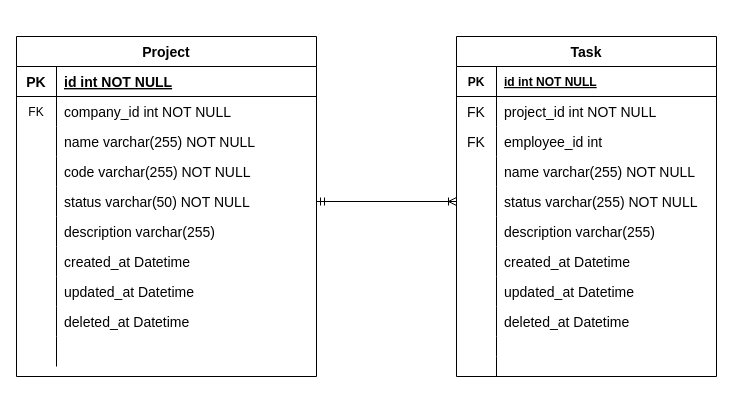
Above: asset/project-task.drawio in dinhtp/lets-go-project (draw.io), before the change. Source tidied: cells renumbered, new cells numbered last; positions are measured from the earlier drawing's top-left corner, leaving out a move shared by most shapes. Both pictures are drawn from the tidied source at 100%, with x=0, y=0 at pixel (16, 36).
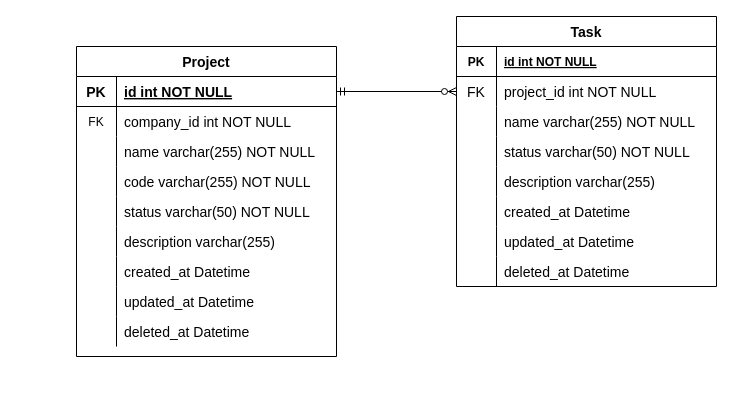
The same diagram, later.

Unchanged cells that the change refers to:
```xml
<mxCell id="6" style="shape=partialRectangle;fillColor=none;points=[[0,0.5],[1,0.5]];portConstraint=eastwest;top=0;left=0;right=0;bottom=0;" parent="2" vertex="1">
  <mxGeometry y="60" width="260" height="30" as="geometry" />
</mxCell>
```

The edit, as a diff of the source:
```diff
@@
     <mxCell id="2" value="Task" style="shape=table;startSize=30;childLayout=tableLayout;rowLines=0;fontStyle=1;align=center;fontSize=14;" parent="1" vertex="1">
-      <mxGeometry x="440" width="260" height="340" as="geometry" />
+      <mxGeometry x="440" y="-20" width="260" height="270" as="geometry" />
     </mxCell>
@@
-    <mxCell id="9" style="shape=partialRectangle;fillColor=none;top=0;left=0;right=0;bottom=0;" parent="2" vertex="1">
-      <mxGeometry y="90" width="260" height="30" as="geometry" />
-    </mxCell>
-    <mxCell id="10" value="FK" style="shape=partialRectangle;overflow=hidden;fillColor=none;top=0;left=0;bottom=0;right=0;fontSize=14;" parent="9" vertex="1">
-      <mxGeometry width="40" height="30" as="geometry" />
-    </mxCell>
-    <mxCell id="11" value="employee_id int" style="shape=partialRectangle;overflow=hidden;fillColor=none;top=0;left=0;bottom=0;right=0;align=left;spacingLeft=6;fontSize=14;" parent="9" vertex="1">
-      <mxGeometry x="40" width="220" height="30" as="geometry" />
-    </mxCell>
     <mxCell id="12" style="shape=partialRectangle;fillColor=none;top=0;left=0;right=0;bottom=0;" parent="2" vertex="1">
-      <mxGeometry y="120" width="260" height="30" as="geometry" />
+      <mxGeometry y="90" width="260" height="30" as="geometry" />
     </mxCell>
@@
     <mxCell id="15" style="shape=partialRectangle;fillColor=none;points=[[0,0.5],[1,0.5]];portConstraint=eastwest;top=0;left=0;right=0;bottom=0;" parent="2" vertex="1">
-      <mxGeometry y="150" width="260" height="30" as="geometry" />
+      <mxGeometry y="120" width="260" height="30" as="geometry" />
     </mxCell>
@@
-    <mxCell id="17" value="status varchar(255) NOT NULL" style="shape=partialRectangle;overflow=hidden;fillColor=none;top=0;left=0;bottom=0;right=0;align=left;spacingLeft=6;fontSize=14;" parent="15" vertex="1">
+    <mxCell id="17" value="status varchar(50) NOT NULL" style="shape=partialRectangle;overflow=hidden;fillColor=none;top=0;left=0;bottom=0;right=0;align=left;spacingLeft=6;fontSize=14;" parent="15" vertex="1">
       <mxGeometry x="40" width="220" height="30" as="geometry" />
     </mxCell>
     <mxCell id="18" style="shape=partialRectangle;fillColor=none;top=0;left=0;right=0;bottom=0;" parent="2" vertex="1">
-      <mxGeometry y="180" width="260" height="30" as="geometry" />
+      <mxGeometry y="150" width="260" height="30" as="geometry" />
     </mxCell>
@@
     <mxCell id="21" style="shape=partialRectangle;fillColor=none;top=0;left=0;right=0;bottom=0;" parent="2" vertex="1">
-      <mxGeometry y="210" width="260" height="30" as="geometry" />
+      <mxGeometry y="180" width="260" height="30" as="geometry" />
     </mxCell>
@@
     <mxCell id="24" style="shape=partialRectangle;fillColor=none;top=0;left=0;right=0;bottom=0;" parent="2" vertex="1">
-      <mxGeometry y="240" width="260" height="30" as="geometry" />
+      <mxGeometry y="210" width="260" height="30" as="geometry" />
     </mxCell>
@@
     <mxCell id="27" style="shape=partialRectangle;fillColor=none;top=0;left=0;right=0;bottom=0;" parent="2" vertex="1">
-      <mxGeometry y="270" width="260" height="30" as="geometry" />
+      <mxGeometry y="240" width="260" height="30" as="geometry" />
     </mxCell>
@@
-    <mxCell id="30" style="shape=partialRectangle;fillColor=none;top=0;left=0;right=0;bottom=0;" parent="2" vertex="1">
-      <mxGeometry y="300" width="260" height="20" as="geometry" />
-    </mxCell>
-    <mxCell id="31" style="shape=partialRectangle;overflow=hidden;fillColor=none;top=0;left=0;bottom=0;right=0;" parent="30" vertex="1">
-      <mxGeometry width="40" height="20" as="geometry" />
-    </mxCell>
-    <mxCell id="32" style="shape=partialRectangle;overflow=hidden;fillColor=none;top=0;left=0;bottom=0;right=0;align=left;spacingLeft=6;fontSize=14;" parent="30" vertex="1">
-      <mxGeometry x="40" width="220" height="20" as="geometry" />
-    </mxCell>
-    <mxCell id="33" style="shape=partialRectangle;fillColor=none;top=0;left=0;right=0;bottom=0;" parent="2" vertex="1">
-      <mxGeometry y="320" width="260" height="20" as="geometry" />
-    </mxCell>
-    <mxCell id="34" style="shape=partialRectangle;overflow=hidden;fillColor=none;top=0;left=0;bottom=0;right=0;" parent="33" vertex="1">
-      <mxGeometry width="40" height="20" as="geometry" />
-    </mxCell>
-    <mxCell id="35" style="shape=partialRectangle;overflow=hidden;fillColor=none;top=0;left=0;bottom=0;right=0;align=left;spacingLeft=6;fontSize=14;" parent="33" vertex="1">
-      <mxGeometry x="40" width="220" height="20" as="geometry" />
-    </mxCell>
     <mxCell id="36" value="Project" style="shape=table;startSize=30;childLayout=tableLayout;rowLines=0;fontStyle=1;align=center;fontSize=14;" parent="1" vertex="1">
-      <mxGeometry width="300" height="340" as="geometry" />
+      <mxGeometry x="60" y="10" width="260" height="310" as="geometry" />
     </mxCell>
     <mxCell id="37" style="shape=partialRectangle;fillColor=none;points=[[0,0.5],[1,0.5]];portConstraint=eastwest;top=0;left=0;right=0;bottom=1;" parent="36" vertex="1">
-      <mxGeometry y="30" width="300" height="30" as="geometry" />
+      <mxGeometry y="30" width="260" height="30" as="geometry" />
     </mxCell>
@@
     <mxCell id="39" value="id int NOT NULL " style="shape=partialRectangle;overflow=hidden;fillColor=none;top=0;left=0;bottom=0;right=0;align=left;spacingLeft=6;fontStyle=5;fontSize=14;" parent="37" vertex="1">
-      <mxGeometry x="40" width="260" height="30" as="geometry" />
+      <mxGeometry x="40" width="220" height="30" as="geometry" />
     </mxCell>
     <mxCell id="40" style="shape=partialRectangle;fillColor=none;top=0;left=0;right=0;bottom=0;" parent="36" vertex="1">
-      <mxGeometry y="60" width="300" height="30" as="geometry" />
+      <mxGeometry y="60" width="260" height="30" as="geometry" />
     </mxCell>
@@
     <mxCell id="42" value="company_id int NOT NULL" style="shape=partialRectangle;overflow=hidden;fillColor=none;top=0;left=0;bottom=0;right=0;align=left;spacingLeft=6;fontSize=14;" parent="40" vertex="1">
-      <mxGeometry x="40" width="260" height="30" as="geometry" />
+      <mxGeometry x="40" width="220" height="30" as="geometry" />
     </mxCell>
     <mxCell id="43" style="shape=partialRectangle;fillColor=none;top=0;left=0;right=0;bottom=0;" parent="36" vertex="1">
-      <mxGeometry y="90" width="300" height="30" as="geometry" />
+      <mxGeometry y="90" width="260" height="30" as="geometry" />
     </mxCell>
@@
     <mxCell id="45" value="name varchar(255) NOT NULL" style="shape=partialRectangle;overflow=hidden;fillColor=none;top=0;left=0;bottom=0;right=0;align=left;spacingLeft=6;fontSize=14;" parent="43" vertex="1">
-      <mxGeometry x="40" width="260" height="30" as="geometry" />
+      <mxGeometry x="40" width="220" height="30" as="geometry" />
     </mxCell>
     <mxCell id="46" style="shape=partialRectangle;fillColor=none;top=0;left=0;right=0;bottom=0;" parent="36" vertex="1">
-      <mxGeometry y="120" width="300" height="30" as="geometry" />
+      <mxGeometry y="120" width="260" height="30" as="geometry" />
     </mxCell>
@@
     <mxCell id="48" value="code varchar(255) NOT NULL" style="shape=partialRectangle;overflow=hidden;fillColor=none;top=0;left=0;bottom=0;right=0;align=left;spacingLeft=6;fontSize=14;" parent="46" vertex="1">
-      <mxGeometry x="40" width="260" height="30" as="geometry" />
+      <mxGeometry x="40" width="220" height="30" as="geometry" />
     </mxCell>
     <mxCell id="49" style="shape=partialRectangle;fillColor=none;points=[[0,0.5],[1,0.5]];portConstraint=eastwest;top=0;left=0;right=0;bottom=0;" parent="36" vertex="1">
-      <mxGeometry y="150" width="300" height="30" as="geometry" />
+      <mxGeometry y="150" width="260" height="30" as="geometry" />
     </mxCell>
@@
     <mxCell id="51" value="status varchar(50) NOT NULL" style="shape=partialRectangle;overflow=hidden;fillColor=none;top=0;left=0;bottom=0;right=0;align=left;spacingLeft=6;fontSize=14;" parent="49" vertex="1">
-      <mxGeometry x="40" width="260" height="30" as="geometry" />
+      <mxGeometry x="40" width="220" height="30" as="geometry" />
     </mxCell>
     <mxCell id="52" style="shape=partialRectangle;fillColor=none;top=0;left=0;right=0;bottom=0;" parent="36" vertex="1">
-      <mxGeometry y="180" width="300" height="30" as="geometry" />
+      <mxGeometry y="180" width="260" height="30" as="geometry" />
     </mxCell>
@@
     <mxCell id="54" value="description varchar(255)" style="shape=partialRectangle;overflow=hidden;fillColor=none;top=0;left=0;bottom=0;right=0;align=left;spacingLeft=6;fontSize=14;" parent="52" vertex="1">
-      <mxGeometry x="40" width="260" height="30" as="geometry" />
+      <mxGeometry x="40" width="220" height="30" as="geometry" />
     </mxCell>
     <mxCell id="55" style="shape=partialRectangle;fillColor=none;top=0;left=0;right=0;bottom=0;" parent="36" vertex="1">
-      <mxGeometry y="210" width="300" height="30" as="geometry" />
+      <mxGeometry y="210" width="260" height="30" as="geometry" />
     </mxCell>
@@
     <mxCell id="57" value="created_at Datetime" style="shape=partialRectangle;overflow=hidden;fillColor=none;top=0;left=0;bottom=0;right=0;align=left;spacingLeft=6;fontStyle=0;fontSize=14;" parent="55" vertex="1">
-      <mxGeometry x="40" width="260" height="30" as="geometry" />
+      <mxGeometry x="40" width="220" height="30" as="geometry" />
     </mxCell>
     <mxCell id="58" style="shape=partialRectangle;fillColor=none;top=0;left=0;right=0;bottom=0;" parent="36" vertex="1">
-      <mxGeometry y="240" width="300" height="30" as="geometry" />
+      <mxGeometry y="240" width="260" height="30" as="geometry" />
     </mxCell>
@@
     <mxCell id="60" value="updated_at Datetime" style="shape=partialRectangle;overflow=hidden;fillColor=none;top=0;left=0;bottom=0;right=0;align=left;spacingLeft=6;fontStyle=0;fontSize=14;" parent="58" vertex="1">
-      <mxGeometry x="40" width="260" height="30" as="geometry" />
+      <mxGeometry x="40" width="220" height="30" as="geometry" />
     </mxCell>
     <mxCell id="61" style="shape=partialRectangle;fillColor=none;top=0;left=0;right=0;bottom=0;" parent="36" vertex="1">
-      <mxGeometry y="270" width="300" height="30" as="geometry" />
+      <mxGeometry y="270" width="260" height="30" as="geometry" />
     </mxCell>
@@
     <mxCell id="63" value="deleted_at Datetime" style="shape=partialRectangle;overflow=hidden;fillColor=none;top=0;left=0;bottom=0;right=0;align=left;spacingLeft=6;fontStyle=0;fontSize=14;" parent="61" vertex="1">
-      <mxGeometry x="40" width="260" height="30" as="geometry" />
+      <mxGeometry x="40" width="220" height="30" as="geometry" />
     </mxCell>
-    <mxCell id="64" style="shape=partialRectangle;fillColor=none;top=0;left=0;right=0;bottom=0;" parent="36" vertex="1">
-      <mxGeometry y="300" width="300" height="30" as="geometry" />
-    </mxCell>
-    <mxCell id="65" style="shape=partialRectangle;overflow=hidden;fillColor=none;top=0;left=0;bottom=0;right=0;" parent="64" vertex="1">
-      <mxGeometry width="40" height="30" as="geometry" />
-    </mxCell>
-    <mxCell id="66" style="shape=partialRectangle;overflow=hidden;fillColor=none;top=0;left=0;bottom=0;right=0;align=left;spacingLeft=6;fontStyle=0;fontSize=14;" parent="64" vertex="1">
-      <mxGeometry x="40" width="260" height="30" as="geometry" />
-    </mxCell>
-    <mxCell id="67" style="fontSize=12;html=1;endArrow=ERoneToMany;startArrow=ERmandOne;rounded=0;entryX=0;entryY=0.5;entryDx=0;entryDy=0;exitX=1;exitY=0.5;exitDx=0;exitDy=0;" parent="1" edge="1" source="49" target="15">
-      <mxGeometry relative="1" as="geometry" />
-    </mxCell>
+    <mxCell id="68" style="fontSize=12;html=1;endArrow=ERzeroToMany;startArrow=ERmandOne;rounded=0;entryX=0;entryY=0.5;entryDx=0;entryDy=0;exitX=1;exitY=0.5;exitDx=0;exitDy=0;" parent="1" edge="1" source="37" target="6">
+      <mxGeometry relative="1" as="geometry" />
+    </mxCell>
```
